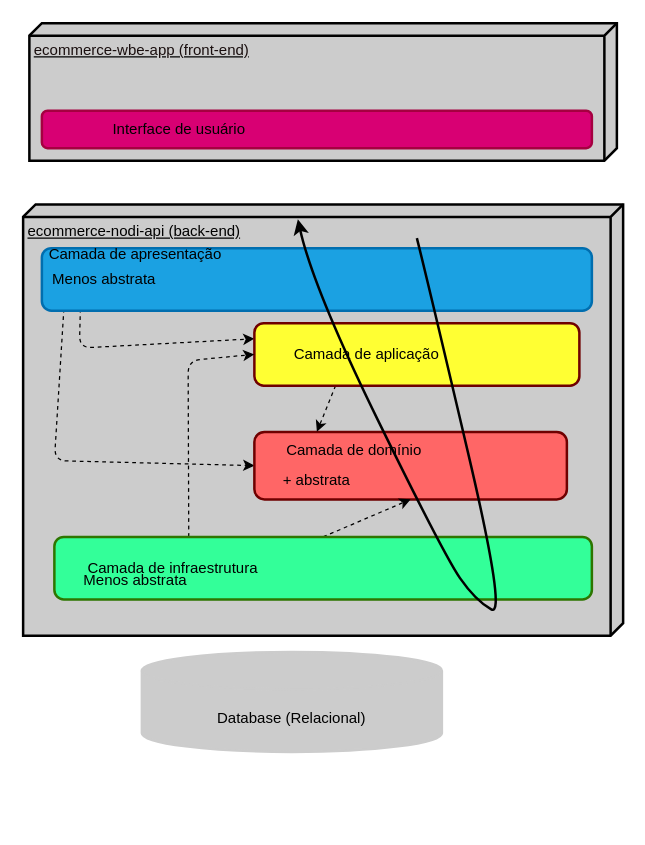
This is page "Arquitetura em Camadas" (1 of 2) of requirements/ecommerce.-arquitetura.drawio from Fernanda071/ecommerce-node-api, a draw.io file, before an edit. Source tidied: cells renumbered, new cells numbered last; positions are measured from the earlier drawing's top-left corner, leaving out a move shared by most shapes. Both pictures are drawn from the tidied source at 125%, with x=0, y=0 at pixel (22, 22).
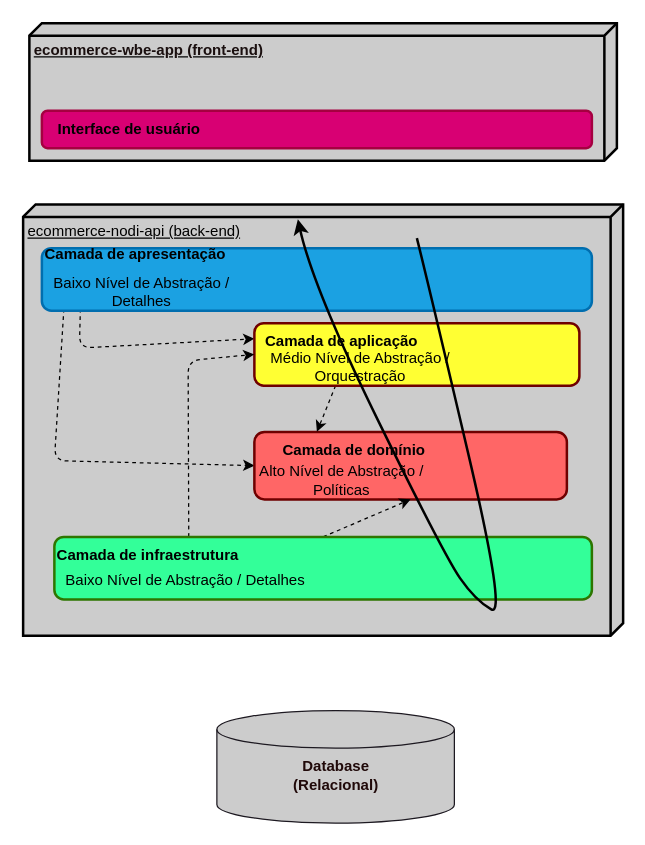
Above is the later version.

Commit message:
parte 15 /16 aula dia 18/09/23

The edit, as a diff of the source:
```diff
@@
-    <mxCell id="3" value="&lt;font color=&quot;#1a0f0f&quot;&gt;ecommerce-wbe-app (front-end)&lt;/font&gt;" style="verticalAlign=top;align=left;spacingTop=8;spacingLeft=2;spacingRight=12;shape=cube;size=10;direction=south;fontStyle=4;html=1;strokeWidth=2;fillColor=#CCCCCC;" parent="1" vertex="1">
+    <mxCell id="3" value="&lt;font color=&quot;#1a0f0f&quot;&gt;&lt;b&gt;ecommerce-wbe-app (front-end)&lt;/b&gt;&lt;/font&gt;" style="verticalAlign=top;align=left;spacingTop=8;spacingLeft=2;spacingRight=12;shape=cube;size=10;direction=south;fontStyle=4;html=1;strokeWidth=2;fillColor=#CCCCCC;" parent="1" vertex="1">
       <mxGeometry x="5" width="470" height="110" as="geometry" />
     </mxCell>
-    <mxCell id="4" value="&lt;font color=&quot;#000000&quot;&gt;Database (Relacional)&lt;/font&gt;" style="shape=cylinder3;whiteSpace=wrap;html=1;boundedLbl=1;backgroundOutline=1;size=15;strokeWidth=2;strokeColor=#CCCCCC;fillColor=#CCCCCC;" parent="1" vertex="1">
-      <mxGeometry x="95" y="503" width="240" height="80" as="geometry" />
-    </mxCell>
@@
-    <mxCell id="10" value="Camada de apresentação" style="text;html=1;strokeColor=none;fillColor=none;align=center;verticalAlign=middle;whiteSpace=wrap;rounded=0;fontColor=#000000;" parent="1" vertex="1">
+    <mxCell id="10" value="&lt;b&gt;Camada de apresentação&lt;/b&gt;" style="text;html=1;strokeColor=none;fillColor=none;align=center;verticalAlign=middle;whiteSpace=wrap;rounded=0;fontColor=#000000;" parent="1" vertex="1">
       <mxGeometry x="5" y="170" width="170" height="30" as="geometry" />
     </mxCell>
-    <mxCell id="11" value="Interface de usuário" style="text;html=1;strokeColor=none;fillColor=none;align=center;verticalAlign=middle;whiteSpace=wrap;rounded=0;fontColor=#000000;" parent="1" vertex="1">
-      <mxGeometry x="65" y="70" width="120" height="30" as="geometry" />
+    <mxCell id="11" value="&lt;b style=&quot;&quot;&gt;Interface de usuário&lt;/b&gt;" style="text;html=1;strokeColor=none;fillColor=none;align=center;verticalAlign=middle;whiteSpace=wrap;rounded=0;fontColor=#000000;" parent="1" vertex="1">
+      <mxGeometry x="25" y="70" width="120" height="30" as="geometry" />
     </mxCell>
-    <mxCell id="12" value="Camada de domínio" style="text;html=1;strokeColor=none;fillColor=none;align=center;verticalAlign=middle;whiteSpace=wrap;rounded=0;fontColor=#000000;" parent="1" vertex="1">
+    <mxCell id="12" value="&lt;b&gt;Camada de domínio&lt;/b&gt;" style="text;html=1;strokeColor=none;fillColor=none;align=center;verticalAlign=middle;whiteSpace=wrap;rounded=0;fontColor=#000000;" parent="1" vertex="1">
       <mxGeometry x="205" y="327" width="120" height="30" as="geometry" />
     </mxCell>
@@
-    <mxCell id="15" value="Camada de aplicação" style="text;html=1;strokeColor=none;fillColor=none;align=center;verticalAlign=middle;whiteSpace=wrap;rounded=0;fontColor=#000000;" parent="1" vertex="1">
-      <mxGeometry x="195" y="250" width="160" height="30" as="geometry" />
+    <mxCell id="15" value="&lt;b&gt;Camada de aplicação&lt;/b&gt;" style="text;html=1;strokeColor=none;fillColor=none;align=center;verticalAlign=middle;whiteSpace=wrap;rounded=0;fontColor=#000000;" parent="1" vertex="1">
+      <mxGeometry x="175" y="240" width="160" height="30" as="geometry" />
     </mxCell>
@@
-    <mxCell id="19" value="Camada de infraestrutura" style="text;html=1;strokeColor=none;fillColor=none;align=center;verticalAlign=middle;whiteSpace=wrap;rounded=0;fontColor=#000000;" parent="1" vertex="1">
-      <mxGeometry x="35" y="421" width="170" height="30" as="geometry" />
+    <mxCell id="19" value="&lt;b&gt;Camada de infraestrutura&lt;/b&gt;" style="text;html=1;strokeColor=none;fillColor=none;align=center;verticalAlign=middle;whiteSpace=wrap;rounded=0;fontColor=#000000;" parent="1" vertex="1">
+      <mxGeometry x="15" y="411" width="170" height="30" as="geometry" />
     </mxCell>
-    <mxCell id="20" value="+ abstrata" style="text;html=1;strokeColor=none;fillColor=none;align=center;verticalAlign=middle;whiteSpace=wrap;rounded=0;fontColor=#000000;" parent="1" vertex="1">
-      <mxGeometry x="205" y="351" width="60" height="30" as="geometry" />
+    <mxCell id="20" value="Alto Nível de Abstração / Políticas" style="text;html=1;strokeColor=none;fillColor=none;align=center;verticalAlign=middle;whiteSpace=wrap;rounded=0;fontColor=#000000;" parent="1" vertex="1">
+      <mxGeometry x="165" y="351" width="180" height="30" as="geometry" />
     </mxCell>
-    <mxCell id="21" value="Menos abstrata" style="text;html=1;strokeColor=none;fillColor=none;align=center;verticalAlign=middle;whiteSpace=wrap;rounded=0;fontColor=#000000;" parent="1" vertex="1">
-      <mxGeometry x="25" y="431" width="130" height="30" as="geometry" />
+    <mxCell id="21" value="Baixo Nível de Abstração / Detalhes" style="text;html=1;strokeColor=none;fillColor=none;align=center;verticalAlign=middle;whiteSpace=wrap;rounded=0;fontColor=#000000;" parent="1" vertex="1">
+      <mxGeometry x="15" y="431" width="230" height="30" as="geometry" />
     </mxCell>
-    <mxCell id="22" value="Menos abstrata" style="text;html=1;strokeColor=none;fillColor=none;align=center;verticalAlign=middle;whiteSpace=wrap;rounded=0;fontColor=#000000;" parent="1" vertex="1">
-      <mxGeometry x="5" y="190" width="120" height="30" as="geometry" />
+    <mxCell id="22" value="Baixo Nível de Abstração / Detalhes" style="text;html=1;strokeColor=none;fillColor=none;align=center;verticalAlign=middle;whiteSpace=wrap;rounded=0;fontColor=#000000;" parent="1" vertex="1">
+      <mxGeometry x="5" y="200" width="180" height="30" as="geometry" />
     </mxCell>
@@
+    <mxCell id="24" value="Médio Nível de Abstração / Orquestração" style="text;html=1;strokeColor=none;fillColor=none;align=center;verticalAlign=middle;whiteSpace=wrap;rounded=0;dashed=1;strokeWidth=1;fontColor=#000000;" parent="1" vertex="1">
+      <mxGeometry x="175" y="260" width="190" height="30" as="geometry" />
+    </mxCell>
+    <mxCell id="25" style="shape=cylinder3;whiteSpace=wrap;html=1;boundedLbl=1;backgroundOutline=1;size=15;labelBorderColor=none;strokeColor=#1d1921;strokeWidth=1;fontColor=#000000;fillColor=#cccccc;" parent="1" vertex="1">
+      <mxGeometry x="155" y="550" width="190" height="90" as="geometry" />
+    </mxCell>
+    <mxCell id="4" value="&lt;font color=&quot;#200909&quot;&gt;&lt;br&gt;&lt;b style=&quot;border-color: rgb(0, 0, 0); font-family: Helvetica; font-size: 12px; font-style: normal; font-variant-ligatures: normal; font-variant-caps: normal; letter-spacing: normal; orphans: 2; text-align: center; text-indent: 0px; text-transform: none; widows: 2; word-spacing: 0px; -webkit-text-stroke-width: 0px; text-decoration-thickness: initial; text-decoration-style: initial; text-decoration-color: initial;&quot;&gt;Database (Relacional)&lt;/b&gt;&lt;br&gt;&lt;/font&gt;" style="text;html=1;strokeColor=none;fillColor=none;align=center;verticalAlign=middle;whiteSpace=wrap;rounded=0;labelBorderColor=none;strokeWidth=1;fontColor=#F0F0F0;labelBackgroundColor=none;" parent="1" vertex="1">
+      <mxGeometry x="192.5" y="580" width="115" height="30" as="geometry" />
+    </mxCell>
```
